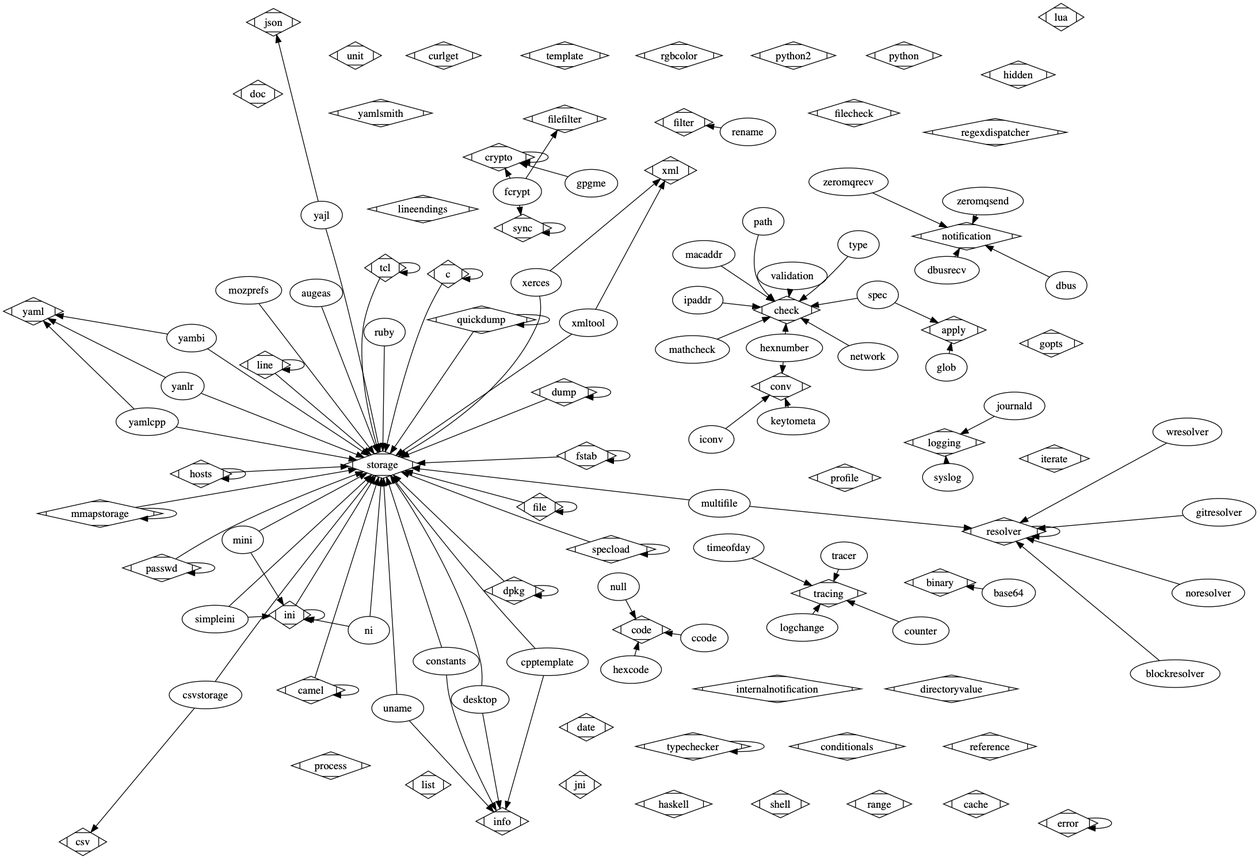
Before: doc/images/plugins.png, a diagram exported from Graphviz (ElektraInitiative/libelektra). Its source is kept beside it as doc/images/plugins.dot. Source of this version:
```dot
strict digraph G {
	splines = true;
	storage [shape=Mdiamond];
	augeas -> storage;
	binary [shape=Mdiamond];
	base64 -> binary;
	resolver [shape=Mdiamond];
	blockresolver -> resolver;
	storage [shape=Mdiamond];
	c -> storage;
	c [shape=Mdiamond];
	c -> c;
	cache [shape=Mdiamond];
	storage [shape=Mdiamond];
	camel -> storage;
	camel [shape=Mdiamond];
	camel -> camel;
	code [shape=Mdiamond];
	ccode -> code;
	conditionals [shape=Mdiamond];
	storage [shape=Mdiamond];
	constants -> storage;
	info [shape=Mdiamond];
	constants -> info;
	tracing [shape=Mdiamond];
	counter -> tracing;
	storage [shape=Mdiamond];
	cpptemplate -> storage;
	info [shape=Mdiamond];
	cpptemplate -> info;
	crypto [shape=Mdiamond];
	crypto -> crypto;
	storage [shape=Mdiamond];
	csvstorage -> storage;
	csv [shape=Mdiamond];
	csvstorage -> csv;
	curlget [shape=Mdiamond];
	date [shape=Mdiamond];
	notification [shape=Mdiamond];
	dbus -> notification;
	notification [shape=Mdiamond];
	dbusrecv -> notification;
	storage [shape=Mdiamond];
	desktop -> storage;
	info [shape=Mdiamond];
	desktop -> info;
	directoryvalue [shape=Mdiamond];
	doc [shape=Mdiamond];
	storage [shape=Mdiamond];
	dpkg -> storage;
	dpkg [shape=Mdiamond];
	dpkg -> dpkg;
	storage [shape=Mdiamond];
	dump -> storage;
	dump [shape=Mdiamond];
	dump -> dump;
	error [shape=Mdiamond];
	error -> error;
	sync [shape=Mdiamond];
	fcrypt -> sync;
	filefilter [shape=Mdiamond];
	fcrypt -> filefilter;
	crypto [shape=Mdiamond];
	fcrypt -> crypto;
	storage [shape=Mdiamond];
	file -> storage;
	file [shape=Mdiamond];
	file -> file;
	filecheck [shape=Mdiamond];
	storage [shape=Mdiamond];
	fstab -> storage;
	fstab [shape=Mdiamond];
	fstab -> fstab;
	resolver [shape=Mdiamond];
	gitresolver -> resolver;
	apply [shape=Mdiamond];
	glob -> apply;
	gopts [shape=Mdiamond];
	crypto [shape=Mdiamond];
	gpgme -> crypto;
	haskell [shape=Mdiamond];
	code [shape=Mdiamond];
	hexcode -> code;
	conv [shape=Mdiamond];
	hexnumber -> conv;
	check [shape=Mdiamond];
	hexnumber -> check;
	hidden [shape=Mdiamond];
	storage [shape=Mdiamond];
	hosts -> storage;
	hosts [shape=Mdiamond];
	hosts -> hosts;
	conv [shape=Mdiamond];
	iconv -> conv;
	storage [shape=Mdiamond];
	ini -> storage;
	ini [shape=Mdiamond];
	ini -> ini;
	internalnotification [shape=Mdiamond];
	check [shape=Mdiamond];
	ipaddr -> check;
	iterate [shape=Mdiamond];
	jni [shape=Mdiamond];
	logging [shape=Mdiamond];
	journald -> logging;
	conv [shape=Mdiamond];
	keytometa -> conv;
	storage [shape=Mdiamond];
	line -> storage;
	line [shape=Mdiamond];
	line -> line;
	lineendings [shape=Mdiamond];
	list [shape=Mdiamond];
	tracing [shape=Mdiamond];
	logchange -> tracing;
	lua [shape=Mdiamond];
	check [shape=Mdiamond];
	macaddr -> check;
	check [shape=Mdiamond];
	mathcheck -> check;
	storage [shape=Mdiamond];
	mini -> storage;
	ini [shape=Mdiamond];
	mini -> ini;
	storage [shape=Mdiamond];
	mmapstorage -> storage;
	mmapstorage [shape=Mdiamond];
	mmapstorage -> mmapstorage;
	storage [shape=Mdiamond];
	mozprefs -> storage;
	resolver [shape=Mdiamond];
	multifile -> resolver;
	storage [shape=Mdiamond];
	multifile -> storage;
	check [shape=Mdiamond];
	network -> check;
	storage [shape=Mdiamond];
	ni -> storage;
	ini [shape=Mdiamond];
	ni -> ini;
	resolver [shape=Mdiamond];
	noresolver -> resolver;
	code [shape=Mdiamond];
	null -> code;
	storage [shape=Mdiamond];
	passwd -> storage;
	passwd [shape=Mdiamond];
	passwd -> passwd;
	check [shape=Mdiamond];
	path -> check;
	process [shape=Mdiamond];
	profile [shape=Mdiamond];
	python [shape=Mdiamond];
	python2 [shape=Mdiamond];
	storage [shape=Mdiamond];
	quickdump -> storage;
	quickdump [shape=Mdiamond];
	quickdump -> quickdump;
	range [shape=Mdiamond];
	reference [shape=Mdiamond];
	regexdispatcher [shape=Mdiamond];
	filter [shape=Mdiamond];
	rename -> filter;
	resolver [shape=Mdiamond];
	resolver -> resolver;
	rgbcolor [shape=Mdiamond];
	storage [shape=Mdiamond];
	ruby -> storage;
	shell [shape=Mdiamond];
	storage [shape=Mdiamond];
	simpleini -> storage;
	ini [shape=Mdiamond];
	simpleini -> ini;
	check [shape=Mdiamond];
	spec -> check;
	apply [shape=Mdiamond];
	spec -> apply;
	storage [shape=Mdiamond];
	specload -> storage;
	specload [shape=Mdiamond];
	specload -> specload;
	sync [shape=Mdiamond];
	sync -> sync;
	logging [shape=Mdiamond];
	syslog -> logging;
	storage [shape=Mdiamond];
	tcl -> storage;
	tcl [shape=Mdiamond];
	tcl -> tcl;
	template [shape=Mdiamond];
	tracing [shape=Mdiamond];
	timeofday -> tracing;
	tracing [shape=Mdiamond];
	tracer -> tracing;
	check [shape=Mdiamond];
	type -> check;
	typechecker [shape=Mdiamond];
	typechecker -> typechecker;
	storage [shape=Mdiamond];
	uname -> storage;
	info [shape=Mdiamond];
	uname -> info;
	unit [shape=Mdiamond];
	check [shape=Mdiamond];
	validation -> check;
	resolver [shape=Mdiamond];
	wresolver -> resolver;
	storage [shape=Mdiamond];
	xerces -> storage;
	xml [shape=Mdiamond];
	xerces -> xml;
	storage [shape=Mdiamond];
	xmltool -> storage;
	xml [shape=Mdiamond];
	xmltool -> xml;
	storage [shape=Mdiamond];
	yajl -> storage;
	json [shape=Mdiamond];
	yajl -> json;
	storage [shape=Mdiamond];
	yambi -> storage;
	yaml [shape=Mdiamond];
	yambi -> yaml;
	storage [shape=Mdiamond];
	yamlcpp -> storage;
	yaml [shape=Mdiamond];
	yamlcpp -> yaml;
	yamlsmith [shape=Mdiamond];
	storage [shape=Mdiamond];
	yanlr -> storage;
	yaml [shape=Mdiamond];
	yanlr -> yaml;
	notification [shape=Mdiamond];
	zeromqrecv -> notification;
	notification [shape=Mdiamond];
	zeromqsend -> notification;
}
```
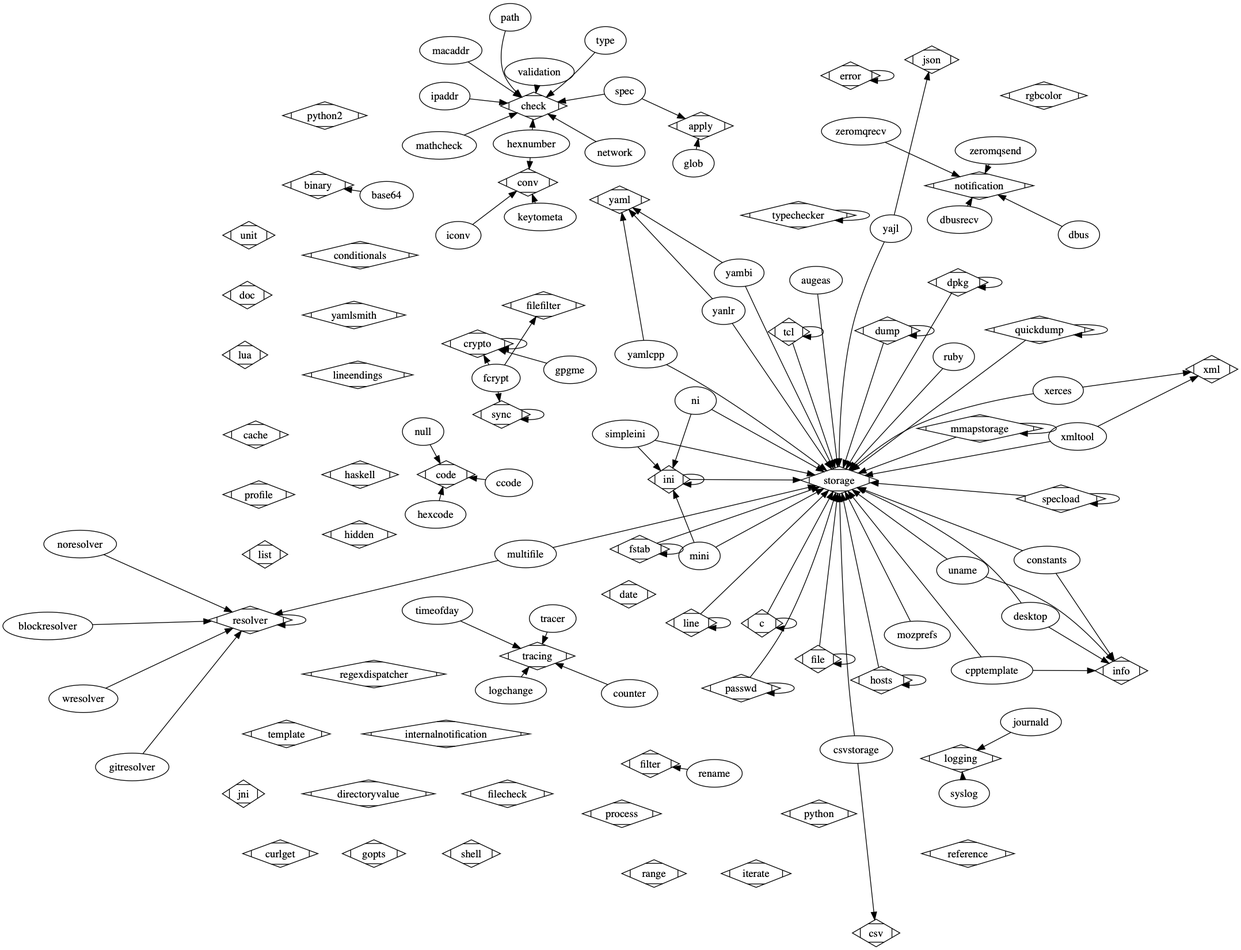
The same file after the commit.

Commit message:
Documentation: Remove Camel plugin image

The edit, as a diff of the source:
```diff
@@ -11,10 +11,6 @@
 	c [shape=Mdiamond];
 	c -> c;
 	cache [shape=Mdiamond];
-	storage [shape=Mdiamond];
-	camel -> storage;
-	camel [shape=Mdiamond];
-	camel -> camel;
 	code [shape=Mdiamond];
 	ccode -> code;
 	conditionals [shape=Mdiamond];
```
